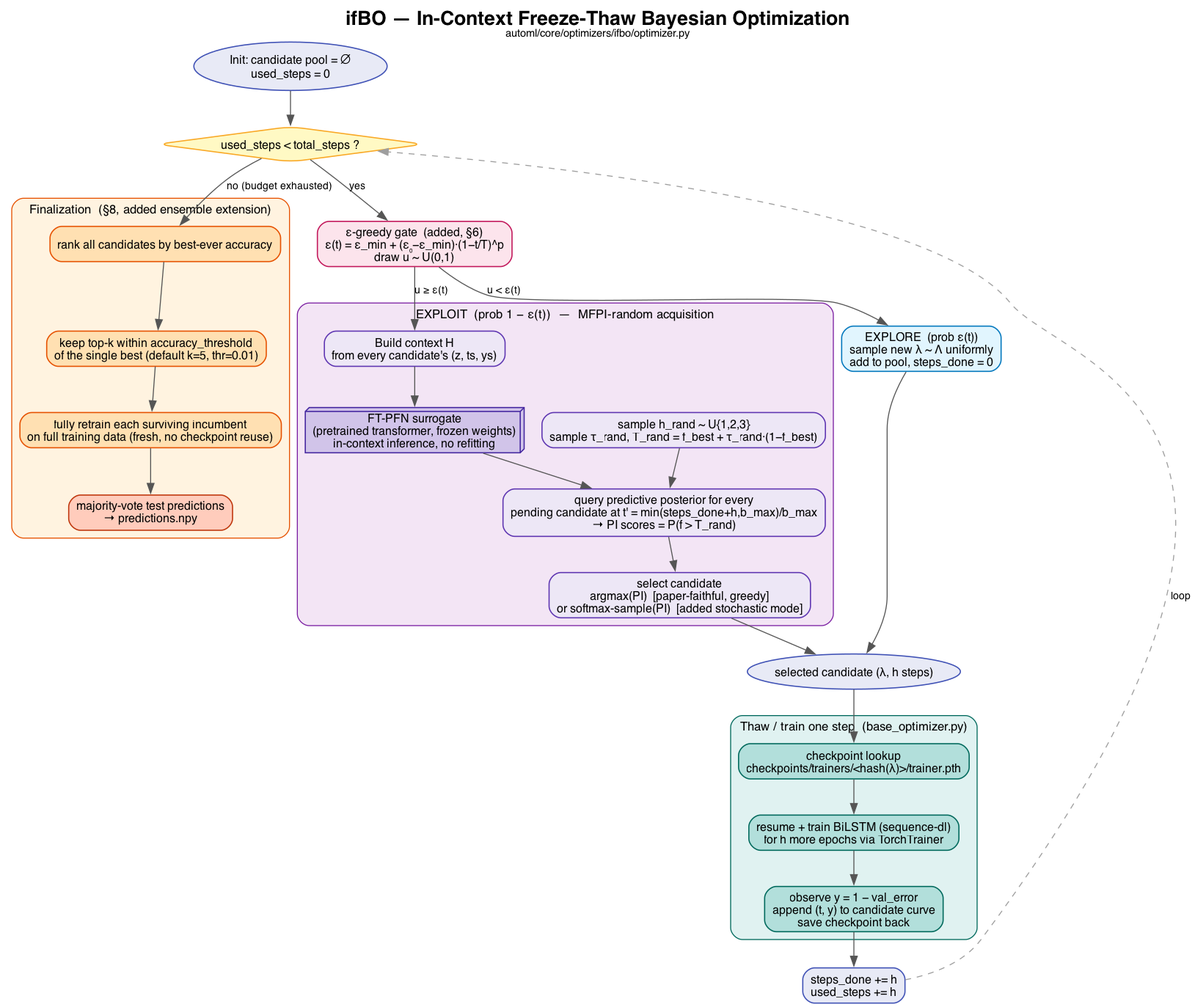
The Graphviz diagram docs/ifbo_diagram.png in yahyafati/automl-textual-project-mirror, before a commit. Its source is kept beside it as docs/ifbo_diagram.dot. Source of this version:
```dot
digraph ifBO {
    rankdir=TB;
    fontname="Helvetica";
    labelloc="t";
    label=<<b>ifBO — In-Context Freeze-Thaw Bayesian Optimization</b><br/><font point-size="11">automl/core/optimizers/ifbo/optimizer.py</font>>;
    fontsize=20;
    bgcolor="white";
    newrank=true;
    node [fontname="Helvetica", fontsize=12, style="filled,rounded", shape=box, penwidth=1.2];
    edge [fontname="Helvetica", fontsize=10.5, color="#555555"];

    start [label="Init: candidate pool = ∅\nused_steps = 0", shape=oval, fillcolor="#E8EAF6", color="#3F51B5"];
    budget_check [label="used_steps < total_steps ?", shape=diamond, fillcolor="#FFF9C4", color="#F9A825"];
    epsilon_gate [label="ε-greedy gate  (added, §6)\nε(t) = ε_min + (ε₀−ε_min)·(1−t/T)^p\ndraw u ~ U(0,1)", fillcolor="#FCE4EC", color="#C2185B"];

    explore [label="EXPLORE  (prob ε(t))\nsample new λ ~ Λ uniformly\nadd to pool, steps_done = 0", fillcolor="#E1F5FE", color="#0277BD"];

    subgraph cluster_acquisition {
        label="EXPLOIT  (prob 1 − ε(t))  —  MFPI-random acquisition";
        style="rounded,filled";
        fillcolor="#F3E5F5";
        color="#7B1FA2";
        fontsize=12.5;

        build_context [label="Build context H\nfrom every candidate's (z, ts, ys)", fillcolor="#EDE7F6", color="#5E35B1"];
        ftpfn [label="FT-PFN surrogate\n(pretrained transformer, frozen weights)\nin-context inference, no refitting", fillcolor="#D1C4E9", color="#4527A0", shape=box3d];
        sample_ht [label="sample h_rand ~ U{1,2,3}\nsample τ_rand, T_rand = f_best + τ_rand·(1−f_best)", fillcolor="#EDE7F6", color="#5E35B1"];
        pi_scores [label="query predictive posterior for every\npending candidate at t' = min(steps_done+h,b_max)/b_max\n→ PI scores = P(f > T_rand)", fillcolor="#EDE7F6", color="#5E35B1"];
        select_mode [label="select candidate\nargmax(PI)  [paper-faithful, greedy]\nor softmax-sample(PI)  [added stochastic mode]", fillcolor="#EDE7F6", color="#5E35B1"];

        { rank=same; ftpfn; sample_ht; }
        build_context -> ftpfn;
        ftpfn -> pi_scores;
        sample_ht -> pi_scores;
        pi_scores -> select_mode;
    }

    merge [label="selected candidate (λ, h steps)", shape=oval, fillcolor="#E8EAF6", color="#3F51B5"];

    subgraph cluster_thaw {
        label="Thaw / train one step  (base_optimizer.py)";
        style="rounded,filled";
        fillcolor="#E0F2F1";
        color="#00695C";
        fontsize=12.5;

        checkpoint [label="checkpoint lookup\ncheckpoints/trainers/<hash(λ)>/trainer.pth", fillcolor="#B2DFDB", color="#00695C"];
        train [label="resume + train BiLSTM (sequence-dl)\nfor h more epochs via TorchTrainer", fillcolor="#B2DFDB", color="#00695C"];
        observe [label="observe y = 1 − val_error\nappend (t, y) to candidate curve\nsave checkpoint back", fillcolor="#B2DFDB", color="#00695C"];

        checkpoint -> train -> observe;
    }

    increment [label="steps_done += h\nused_steps += h", fillcolor="#E8EAF6", color="#3F51B5"];

    subgraph cluster_finalize {
        label="Finalization  (§8, added ensemble extension)";
        style="rounded,filled";
        fillcolor="#FFF3E0";
        color="#E65100";
        fontsize=12.5;

        rank [label="rank all candidates by best-ever accuracy", fillcolor="#FFE0B2", color="#E65100"];
        topk [label="keep top-k within accuracy_threshold\nof the single best (default k=5, thr=0.01)", fillcolor="#FFE0B2", color="#E65100"];
        retrain [label="fully retrain each surviving incumbent\non full training data (fresh, no checkpoint reuse)", fillcolor="#FFE0B2", color="#E65100"];
        vote [label="majority-vote test predictions\n→ predictions.npy", fillcolor="#FFCCBC", color="#BF360C"];

        rank -> topk -> retrain -> vote;
    }

    { rank=same; explore; build_context; }

    start -> budget_check;
    budget_check -> epsilon_gate [label="yes"];
    budget_check -> rank [label="no (budget exhausted)"];

    epsilon_gate -> explore [label="u < ε(t)"];
    epsilon_gate -> build_context [label="u ≥ ε(t)"];

    explore -> merge;
    select_mode -> merge;

    merge -> checkpoint;
    observe -> increment;
    increment -> budget_check [label="loop", constraint=false, style=dashed, color="#9E9E9E"];
}
```
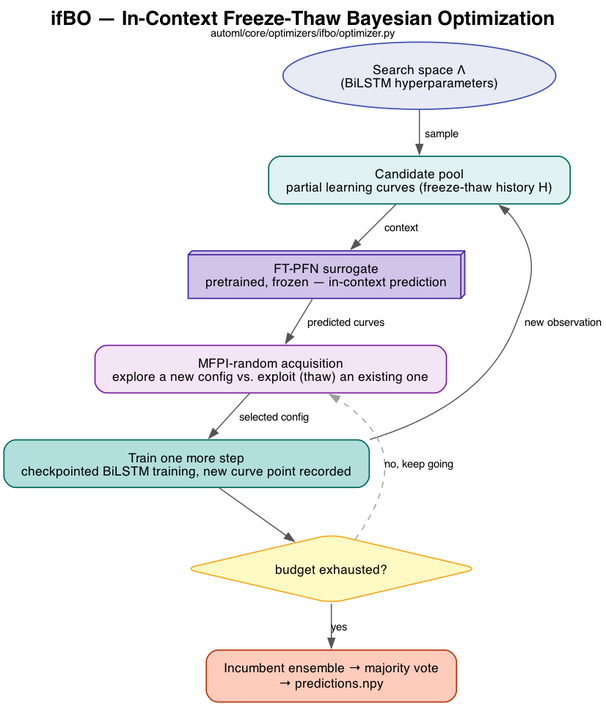
After the change.

Commit message:
Simplify ifBO diagram to a high-level system view

Replace the detailed step-by-step flowchart with a 7-node loop
(search space -> candidate pool -> FT-PFN surrogate -> MFPI-random
acquisition -> train step -> budget check -> ensemble/predictions)
that's easier to read at a glance.

The edit, as a diff of the source:
```diff
@@ -5,82 +5,24 @@
     label=<<b>ifBO — In-Context Freeze-Thaw Bayesian Optimization</b><br/><font point-size="11">automl/core/optimizers/ifbo/optimizer.py</font>>;
     fontsize=20;
     bgcolor="white";
-    newrank=true;
-    node [fontname="Helvetica", fontsize=12, style="filled,rounded", shape=box, penwidth=1.2];
-    edge [fontname="Helvetica", fontsize=10.5, color="#555555"];
+    node [fontname="Helvetica", fontsize=13, style="filled,rounded", shape=box, penwidth=1.3, margin="0.25,0.15"];
+    edge [fontname="Helvetica", fontsize=11, color="#555555", penwidth=1.1];
 
-    start [label="Init: candidate pool = ∅\nused_steps = 0", shape=oval, fillcolor="#E8EAF6", color="#3F51B5"];
-    budget_check [label="used_steps < total_steps ?", shape=diamond, fillcolor="#FFF9C4", color="#F9A825"];
-    epsilon_gate [label="ε-greedy gate  (added, §6)\nε(t) = ε_min + (ε₀−ε_min)·(1−t/T)^p\ndraw u ~ U(0,1)", fillcolor="#FCE4EC", color="#C2185B"];
+    space [label="Search space Λ\n(BiLSTM hyperparameters)", shape=oval, fillcolor="#E8EAF6", color="#3F51B5"];
+    pool [label="Candidate pool\npartial learning curves (freeze-thaw history H)", fillcolor="#E0F2F1", color="#00695C"];
+    surrogate [label="FT-PFN surrogate\npretrained, frozen — in-context prediction", fillcolor="#D1C4E9", color="#4527A0", shape=box3d];
+    acquisition [label="MFPI-random acquisition\nexplore a new config vs. exploit (thaw) an existing one", fillcolor="#F3E5F5", color="#7B1FA2"];
+    train [label="Train one more step\ncheckpointed BiLSTM training, new curve point recorded", fillcolor="#B2DFDB", color="#00695C"];
+    budget_check [label="budget exhausted?", shape=diamond, fillcolor="#FFF9C4", color="#F9A825"];
+    output [label="Incumbent ensemble → majority vote\n→ predictions.npy", fillcolor="#FFCCBC", color="#BF360C"];
 
-    explore [label="EXPLORE  (prob ε(t))\nsample new λ ~ Λ uniformly\nadd to pool, steps_done = 0", fillcolor="#E1F5FE", color="#0277BD"];
-
-    subgraph cluster_acquisition {
-        label="EXPLOIT  (prob 1 − ε(t))  —  MFPI-random acquisition";
-        style="rounded,filled";
-        fillcolor="#F3E5F5";
-        color="#7B1FA2";
-        fontsize=12.5;
-
-        build_context [label="Build context H\nfrom every candidate's (z, ts, ys)", fillcolor="#EDE7F6", color="#5E35B1"];
-        ftpfn [label="FT-PFN surrogate\n(pretrained transformer, frozen weights)\nin-context inference, no refitting", fillcolor="#D1C4E9", color="#4527A0", shape=box3d];
-        sample_ht [label="sample h_rand ~ U{1,2,3}\nsample τ_rand, T_rand = f_best + τ_rand·(1−f_best)", fillcolor="#EDE7F6", color="#5E35B1"];
-        pi_scores [label="query predictive posterior for every\npending candidate at t' = min(steps_done+h,b_max)/b_max\n→ PI scores = P(f > T_rand)", fillcolor="#EDE7F6", color="#5E35B1"];
-        select_mode [label="select candidate\nargmax(PI)  [paper-faithful, greedy]\nor softmax-sample(PI)  [added stochastic mode]", fillcolor="#EDE7F6", color="#5E35B1"];
-
-        { rank=same; ftpfn; sample_ht; }
-        build_context -> ftpfn;
-        ftpfn -> pi_scores;
-        sample_ht -> pi_scores;
-        pi_scores -> select_mode;
-    }
-
-    merge [label="selected candidate (λ, h steps)", shape=oval, fillcolor="#E8EAF6", color="#3F51B5"];
-
-    subgraph cluster_thaw {
-        label="Thaw / train one step  (base_optimizer.py)";
-        style="rounded,filled";
-        fillcolor="#E0F2F1";
-        color="#00695C";
-        fontsize=12.5;
-
-        checkpoint [label="checkpoint lookup\ncheckpoints/trainers/<hash(λ)>/trainer.pth", fillcolor="#B2DFDB", color="#00695C"];
-        train [label="resume + train BiLSTM (sequence-dl)\nfor h more epochs via TorchTrainer", fillcolor="#B2DFDB", color="#00695C"];
-        observe [label="observe y = 1 − val_error\nappend (t, y) to candidate curve\nsave checkpoint back", fillcolor="#B2DFDB", color="#00695C"];
-
-        checkpoint -> train -> observe;
-    }
-
-    increment [label="steps_done += h\nused_steps += h", fillcolor="#E8EAF6", color="#3F51B5"];
-
-    subgraph cluster_finalize {
-        label="Finalization  (§8, added ensemble extension)";
-        style="rounded,filled";
-        fillcolor="#FFF3E0";
-        color="#E65100";
-        fontsize=12.5;
-
-        rank [label="rank all candidates by best-ever accuracy", fillcolor="#FFE0B2", color="#E65100"];
-        topk [label="keep top-k within accuracy_threshold\nof the single best (default k=5, thr=0.01)", fillcolor="#FFE0B2", color="#E65100"];
-        retrain [label="fully retrain each surviving incumbent\non full training data (fresh, no checkpoint reuse)", fillcolor="#FFE0B2", color="#E65100"];
-        vote [label="majority-vote test predictions\n→ predictions.npy", fillcolor="#FFCCBC", color="#BF360C"];
-
-        rank -> topk -> retrain -> vote;
-    }
-
-    { rank=same; explore; build_context; }
-
-    start -> budget_check;
-    budget_check -> epsilon_gate [label="yes"];
-    budget_check -> rank [label="no (budget exhausted)"];
-
-    epsilon_gate -> explore [label="u < ε(t)"];
-    epsilon_gate -> build_context [label="u ≥ ε(t)"];
-
-    explore -> merge;
-    select_mode -> merge;
-
-    merge -> checkpoint;
-    observe -> increment;
-    increment -> budget_check [label="loop", constraint=false, style=dashed, color="#9E9E9E"];
+    space -> pool [label="  sample"];
+    pool -> surrogate [label="  context"];
+    surrogate -> acquisition [label="  predicted curves"];
+    acquisition -> train [label="  selected config"];
+    train -> pool [label="  new observation", constraint=false];
+    pool -> budget_check [style=invis];
+    train -> budget_check [label="  "];
+    budget_check -> acquisition [label="no, keep going", constraint=false, style=dashed, color="#9E9E9E"];
+    budget_check -> output [label="yes"];
 }
```
